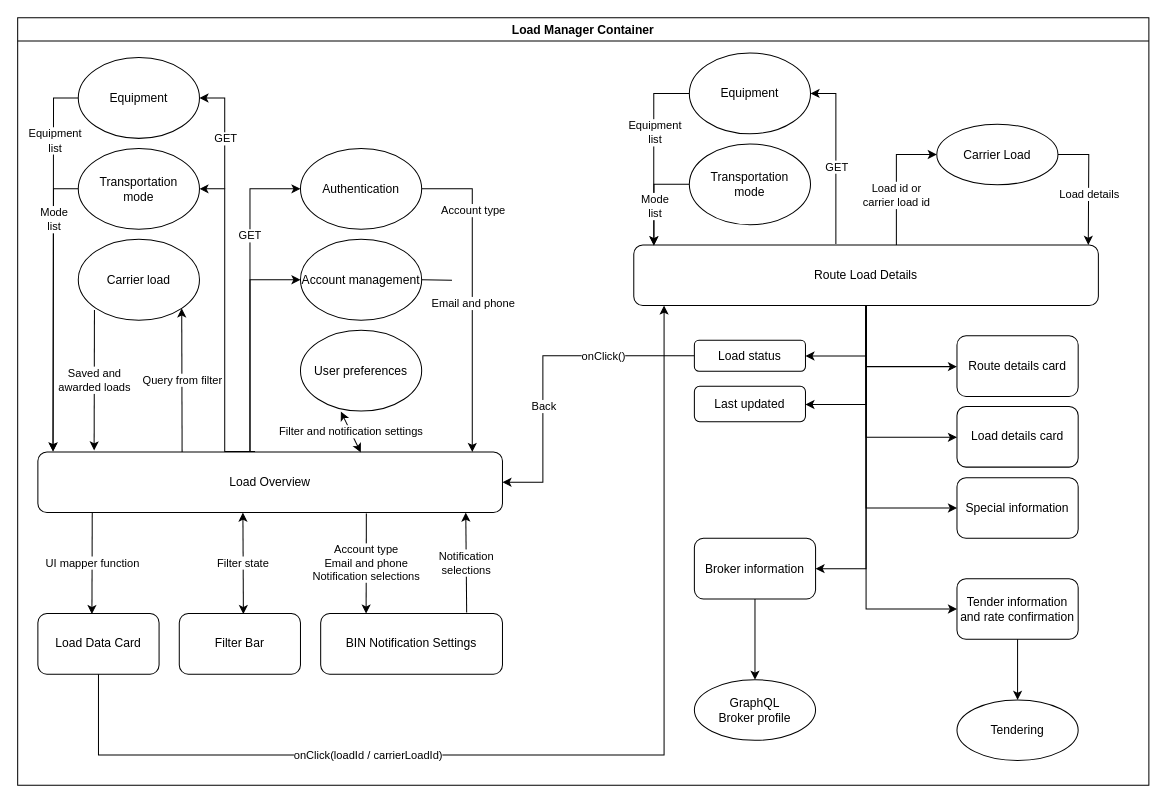
Above: Untitled Diagram.drawio in eeevvaaa/drawio (draw.io), before the change. Source tidied: cells renumbered, new cells numbered last; positions are measured from the earlier drawing's top-left corner, leaving out a move shared by most shapes. Both pictures are drawn from the tidied source at 101%, with x=0, y=0 at pixel (17, 17).
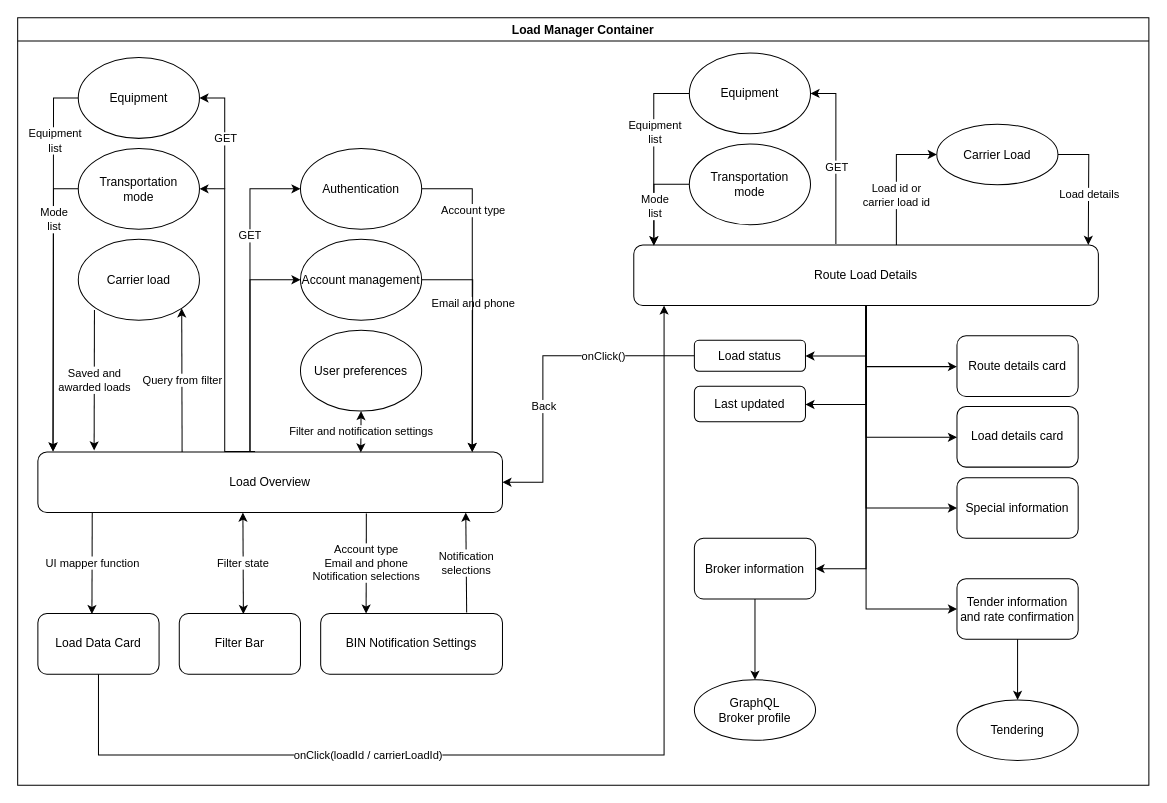
The same diagram, later.

Unchanged cells that the change refers to:
```xml
<mxCell id="2" value="Load Manager Container" style="swimlane;" parent="1" vertex="1">
  <mxGeometry width="1120" height="760" as="geometry" />
</mxCell>
<mxCell id="11" value="Load Overview" style="rounded=1;whiteSpace=wrap;html=1;" parent="2" vertex="1">
  <mxGeometry x="20" y="430" width="460" height="60" as="geometry" />
</mxCell>
<mxCell id="29" value="Account management" style="ellipse;whiteSpace=wrap;html=1;" parent="2" vertex="1">
  <mxGeometry x="280" y="219.5" width="120" height="80" as="geometry" />
</mxCell>
<mxCell id="30" value="User preferences" style="ellipse;whiteSpace=wrap;html=1;" parent="2" vertex="1">
  <mxGeometry x="280" y="309.5" width="120" height="80" as="geometry" />
</mxCell>
```

The edit, as a diff of the source:
```diff
@@
+    <mxCell id="69" style="edgeStyle=orthogonalEdgeStyle;rounded=0;jettySize=auto;html=1;" parent="2" edge="1" source="29">
+      <mxGeometry relative="1" as="geometry">
+        <mxPoint x="450" y="430" as="targetPoint" />
+      </mxGeometry>
+    </mxCell>
@@
-    <mxCell id="67" style="endArrow=none;html=1;rounded=0;exitX=1;exitY=0.5;exitDx=0;exitDy=0;" parent="1" edge="1" source="29">
-      <mxGeometry relative="1" as="geometry">
-        <mxPoint x="430" y="260" as="targetPoint" />
-      </mxGeometry>
-    </mxCell>
-    <mxCell id="68" value="Filter and notification settings" style="endArrow=classic;startArrow=classic;html=1;rounded=0;exitX=0.695;exitY=0.008;exitDx=0;exitDy=0;exitPerimeter=0;" parent="1" edge="1" source="11">
-      <mxGeometry relative="1" as="geometry">
-        <mxPoint x="320" y="390" as="targetPoint" />
-      </mxGeometry>
+    <mxCell id="68" value="Filter and notification settings" style="endArrow=classic;startArrow=classic;html=1;rounded=0;exitX=0.695;exitY=0.008;exitDx=0;exitDy=0;exitPerimeter=0;entryX=0.5;entryY=1;entryDx=0;entryDy=0;" parent="2" edge="1" source="11" target="30">
+      <mxGeometry relative="1" as="geometry" />
     </mxCell>
```
